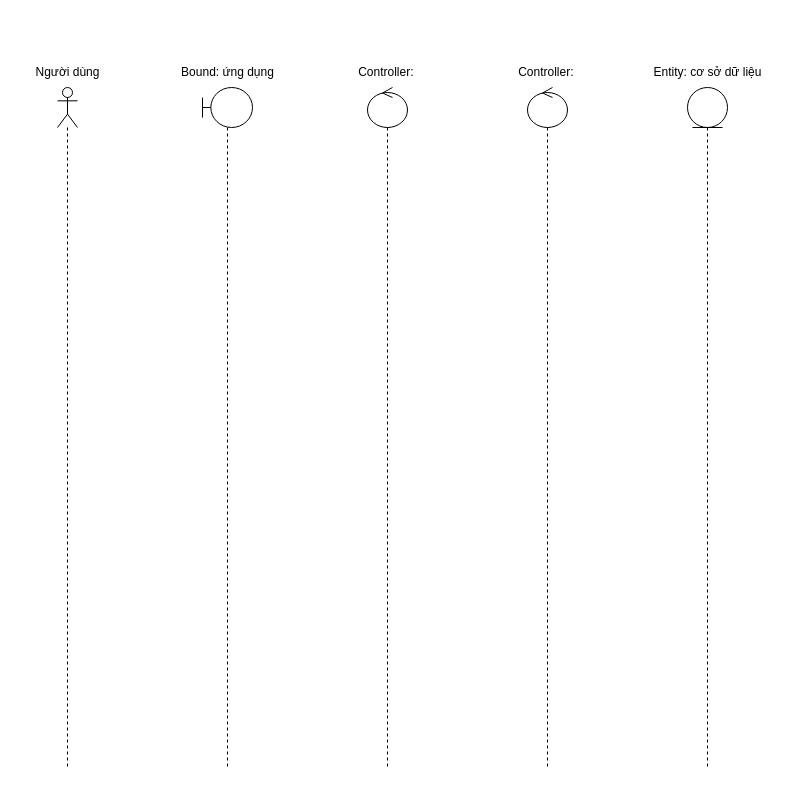
LTDat-HustK65/GP_main_system keeps this draw.io diagram as page "Trang-3" (3 of 4) of sequence_diagram.drawio. Above is the earlier version. Source tidied: cells renumbered, new cells numbered last; positions are measured from the earlier drawing's top-left corner, leaving out a move shared by most shapes. Both pictures are drawn from the tidied source at 100%, with x=0, y=0 at pixel (22, 57).
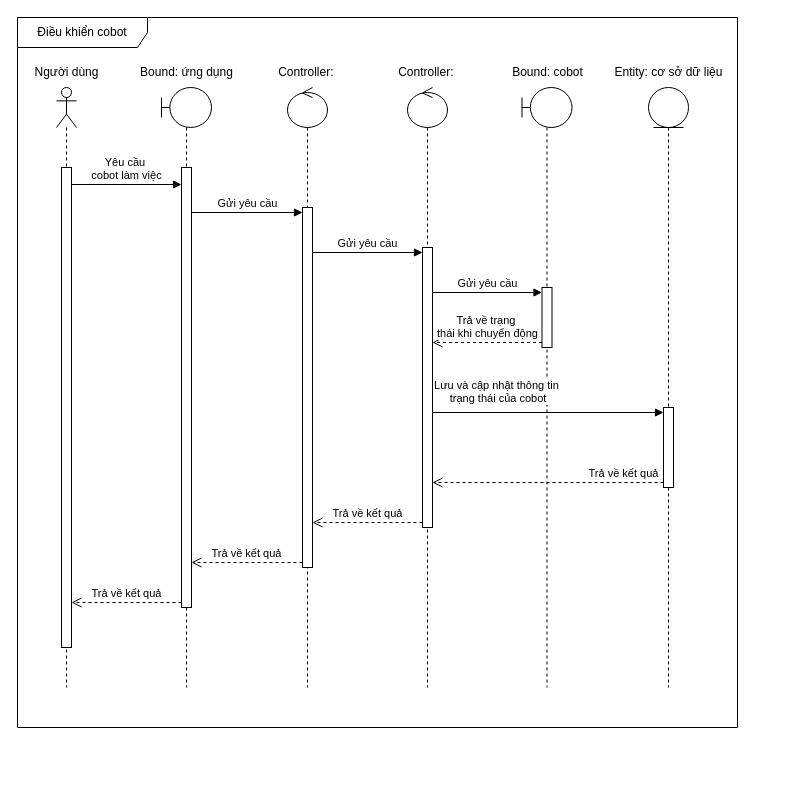
Above is the later version.

Commit message (it also covers changes not shown here):
Cập nhật sequence_diagram.drawio

Diff of the diagram source:
```diff
@@
-    <mxCell id="2" style="shape=umlLifeline;perimeter=lifelinePerimeter;whiteSpace=wrap;html=1;newEdgeStyle={&quot;curved&quot;:0,&quot;rounded&quot;:0};participant=umlActor;" parent="1" vertex="1">
-      <mxGeometry x="35" y="30" width="20" height="680" as="geometry" />
-    </mxCell>
-    <mxCell id="3" style="shape=umlLifeline;perimeter=lifelinePerimeter;whiteSpace=wrap;html=1;newEdgeStyle={&quot;curved&quot;:0,&quot;rounded&quot;:0};participant=umlBoundary;" parent="1" vertex="1">
-      <mxGeometry x="180" y="30" width="50" height="680" as="geometry" />
-    </mxCell>
-    <mxCell id="4" style="shape=umlLifeline;perimeter=lifelinePerimeter;whiteSpace=wrap;html=1;newEdgeStyle={&quot;curved&quot;:0,&quot;rounded&quot;:0};participant=umlEntity;" parent="1" vertex="1">
-      <mxGeometry x="665" y="30" width="40" height="680" as="geometry" />
-    </mxCell>
-    <mxCell id="5" style="shape=umlLifeline;perimeter=lifelinePerimeter;whiteSpace=wrap;html=1;newEdgeStyle={&quot;curved&quot;:0,&quot;rounded&quot;:0};participant=umlControl;" parent="1" vertex="1">
-      <mxGeometry x="345" y="30" width="40" height="680" as="geometry" />
-    </mxCell>
+    <mxCell id="12" style="shape=umlLifeline;perimeter=lifelinePerimeter;whiteSpace=wrap;html=1;newEdgeStyle={&quot;curved&quot;:0,&quot;rounded&quot;:0};participant=umlActor;" parent="1" vertex="1">
+      <mxGeometry x="34" y="30" width="20" height="600" as="geometry" />
+    </mxCell>
+    <mxCell id="13" style="html=1;points=[[0,0,0,0,5],[0,1,0,0,-5],[1,0,0,0,5],[1,1,0,0,-5]];perimeter=orthogonalPerimeter;outlineConnect=0;targetShapes=umlLifeline;portConstraint=eastwest;newEdgeStyle={&quot;curved&quot;:0,&quot;rounded&quot;:0};" parent="12" vertex="1">
+      <mxGeometry x="5" y="80" width="10" height="480" as="geometry" />
+    </mxCell>
+    <mxCell id="14" style="shape=umlLifeline;perimeter=lifelinePerimeter;whiteSpace=wrap;html=1;newEdgeStyle={&quot;curved&quot;:0,&quot;rounded&quot;:0};participant=umlBoundary;" parent="1" vertex="1">
+      <mxGeometry x="139" y="30" width="50" height="600" as="geometry" />
+    </mxCell>
+    <mxCell id="15" style="html=1;points=[[0,0,0,0,5],[0,1,0,0,-5],[1,0,0,0,5],[1,1,0,0,-5]];perimeter=orthogonalPerimeter;outlineConnect=0;targetShapes=umlLifeline;portConstraint=eastwest;newEdgeStyle={&quot;curved&quot;:0,&quot;rounded&quot;:0};" parent="14" vertex="1">
+      <mxGeometry x="20" y="80" width="10" height="440" as="geometry" />
+    </mxCell>
+    <mxCell id="16" style="shape=umlLifeline;perimeter=lifelinePerimeter;whiteSpace=wrap;html=1;newEdgeStyle={&quot;curved&quot;:0,&quot;rounded&quot;:0};participant=umlControl;" parent="1" vertex="1">
+      <mxGeometry x="265" y="30" width="40" height="600" as="geometry" />
+    </mxCell>
+    <mxCell id="17" style="html=1;points=[[0,0,0,0,5],[0,1,0,0,-5],[1,0,0,0,5],[1,1,0,0,-5]];perimeter=orthogonalPerimeter;outlineConnect=0;targetShapes=umlLifeline;portConstraint=eastwest;newEdgeStyle={&quot;curved&quot;:0,&quot;rounded&quot;:0};" parent="16" vertex="1">
+      <mxGeometry x="15" y="120" width="10" height="360" as="geometry" />
+    </mxCell>
     <mxCell id="6" value="Người dùng" style="text;html=1;align=center;verticalAlign=middle;strokeColor=none;fillColor=none;" parent="1" vertex="1">
-      <mxGeometry width="90" height="30" as="geometry" />
+      <mxGeometry x="-1" width="90" height="30" as="geometry" />
     </mxCell>
     <mxCell id="7" value="Bound: ứng dụng" style="text;html=1;align=center;verticalAlign=middle;strokeColor=none;fillColor=none;" parent="1" vertex="1">
-      <mxGeometry x="145" width="120" height="30" as="geometry" />
+      <mxGeometry x="104" width="120" height="30" as="geometry" />
     </mxCell>
-    <mxCell id="8" value="Controller:&amp;nbsp;" style="text;html=1;align=center;verticalAlign=middle;strokeColor=none;fillColor=none;" parent="1" vertex="1">
-      <mxGeometry x="325" width="80" height="30" as="geometry" />
-    </mxCell>
-    <mxCell id="9" style="shape=umlLifeline;perimeter=lifelinePerimeter;whiteSpace=wrap;html=1;newEdgeStyle={&quot;curved&quot;:0,&quot;rounded&quot;:0};participant=umlControl;" parent="1" vertex="1">
-      <mxGeometry x="505" y="30" width="40" height="680" as="geometry" />
-    </mxCell>
-    <mxCell id="10" value="Controller:&amp;nbsp;" style="text;html=1;align=center;verticalAlign=middle;strokeColor=none;fillColor=none;" parent="1" vertex="1">
-      <mxGeometry x="485" width="80" height="30" as="geometry" />
-    </mxCell>
+    <mxCell id="18" value="Controller:&amp;nbsp;" style="text;html=1;align=center;verticalAlign=middle;strokeColor=none;fillColor=none;" parent="1" vertex="1">
+      <mxGeometry x="245" width="80" height="30" as="geometry" />
+    </mxCell>
+    <mxCell id="19" style="shape=umlLifeline;perimeter=lifelinePerimeter;whiteSpace=wrap;html=1;newEdgeStyle={&quot;curved&quot;:0,&quot;rounded&quot;:0};participant=umlControl;" parent="1" vertex="1">
+      <mxGeometry x="385" y="30" width="40" height="600" as="geometry" />
+    </mxCell>
+    <mxCell id="20" style="html=1;points=[[0,0,0,0,5],[0,1,0,0,-5],[1,0,0,0,5],[1,1,0,0,-5]];perimeter=orthogonalPerimeter;outlineConnect=0;targetShapes=umlLifeline;portConstraint=eastwest;newEdgeStyle={&quot;curved&quot;:0,&quot;rounded&quot;:0};" parent="19" vertex="1">
+      <mxGeometry x="15" y="160" width="10" height="280" as="geometry" />
+    </mxCell>
+    <mxCell id="21" value="Controller:&amp;nbsp;" style="text;html=1;align=center;verticalAlign=middle;strokeColor=none;fillColor=none;" parent="1" vertex="1">
+      <mxGeometry x="365" width="80" height="30" as="geometry" />
+    </mxCell>
+    <mxCell id="22" style="shape=umlLifeline;perimeter=lifelinePerimeter;whiteSpace=wrap;html=1;newEdgeStyle={&quot;curved&quot;:0,&quot;rounded&quot;:0};participant=umlBoundary;" parent="1" vertex="1">
+      <mxGeometry x="499.5" y="30" width="50" height="600" as="geometry" />
+    </mxCell>
+    <mxCell id="23" style="html=1;points=[[0,0,0,0,5],[0,1,0,0,-5],[1,0,0,0,5],[1,1,0,0,-5]];perimeter=orthogonalPerimeter;outlineConnect=0;targetShapes=umlLifeline;portConstraint=eastwest;newEdgeStyle={&quot;curved&quot;:0,&quot;rounded&quot;:0};" parent="22" vertex="1">
+      <mxGeometry x="20" y="200" width="10" height="60" as="geometry" />
+    </mxCell>
+    <mxCell id="24" value="Bound: cobot" style="text;html=1;align=center;verticalAlign=middle;strokeColor=none;fillColor=none;" parent="1" vertex="1">
+      <mxGeometry x="479.5" width="90" height="30" as="geometry" />
+    </mxCell>
+    <mxCell id="25" style="shape=umlLifeline;perimeter=lifelinePerimeter;whiteSpace=wrap;html=1;newEdgeStyle={&quot;curved&quot;:0,&quot;rounded&quot;:0};participant=umlEntity;" parent="1" vertex="1">
+      <mxGeometry x="626" y="30" width="40" height="600" as="geometry" />
+    </mxCell>
+    <mxCell id="26" style="html=1;points=[[0,0,0,0,5],[0,1,0,0,-5],[1,0,0,0,5],[1,1,0,0,-5]];perimeter=orthogonalPerimeter;outlineConnect=0;targetShapes=umlLifeline;portConstraint=eastwest;newEdgeStyle={&quot;curved&quot;:0,&quot;rounded&quot;:0};" parent="25" vertex="1">
+      <mxGeometry x="15" y="320" width="10" height="80" as="geometry" />
+    </mxCell>
     <mxCell id="11" value="Entity: cơ sở dữ liệu" style="text;html=1;align=center;verticalAlign=middle;strokeColor=none;fillColor=none;" parent="1" vertex="1">
-      <mxGeometry x="620" width="130" height="30" as="geometry" />
+      <mxGeometry x="581" width="130" height="30" as="geometry" />
     </mxCell>
+    <mxCell id="27" value="Yêu cầu&amp;nbsp;&lt;div&gt;cobot làm việc&lt;/div&gt;" style="html=1;verticalAlign=bottom;endArrow=block;curved=0;rounded=0;" parent="1" edge="1" target="15">
+      <mxGeometry relative="1" as="geometry">
+        <mxPoint x="49" y="127" as="sourcePoint" />
+      </mxGeometry>
+    </mxCell>
+    <mxCell id="28" value="Gửi yêu cầu" style="html=1;verticalAlign=bottom;endArrow=block;curved=0;rounded=0;entryX=0;entryY=0;entryDx=0;entryDy=5;entryPerimeter=0;" parent="1" edge="1" source="15" target="17">
+      <mxGeometry relative="1" as="geometry" />
+    </mxCell>
+    <mxCell id="29" value="Gửi yêu cầu" style="html=1;verticalAlign=bottom;endArrow=block;curved=0;rounded=0;entryX=0;entryY=0;entryDx=0;entryDy=5;entryPerimeter=0;" parent="1" edge="1" source="17" target="20">
+      <mxGeometry relative="1" as="geometry" />
+    </mxCell>
+    <mxCell id="30" value="Gửi yêu cầu" style="html=1;verticalAlign=bottom;endArrow=block;curved=0;rounded=0;entryX=0;entryY=0;entryDx=0;entryDy=5;entryPerimeter=0;" parent="1" edge="1" source="20" target="23">
+      <mxGeometry relative="1" as="geometry" />
+    </mxCell>
+    <mxCell id="31" value="Trả về trạng&amp;nbsp;&lt;div&gt;thái khi chuyển động&lt;/div&gt;" style="html=1;verticalAlign=bottom;endArrow=open;dashed=1;endSize=8;curved=0;rounded=0;exitX=0;exitY=1;exitDx=0;exitDy=-5;exitPerimeter=0;" parent="1" edge="1" source="23" target="20">
+      <mxGeometry relative="1" as="geometry" />
+    </mxCell>
+    <mxCell id="32" value="Trả về kết quả" style="html=1;verticalAlign=bottom;endArrow=open;dashed=1;endSize=8;curved=0;rounded=0;exitX=0;exitY=1;exitDx=0;exitDy=-5;exitPerimeter=0;" parent="1" edge="1" source="20" target="17">
+      <mxGeometry relative="1" as="geometry" />
+    </mxCell>
+    <mxCell id="33" value="Trả về kết quả" style="html=1;verticalAlign=bottom;endArrow=open;dashed=1;endSize=8;curved=0;rounded=0;exitX=0;exitY=1;exitDx=0;exitDy=-5;exitPerimeter=0;" parent="1" edge="1" source="17" target="15">
+      <mxGeometry relative="1" as="geometry" />
+    </mxCell>
+    <mxCell id="34" value="Trả về kết quả" style="html=1;verticalAlign=bottom;endArrow=open;dashed=1;endSize=8;curved=0;rounded=0;exitX=0;exitY=1;exitDx=0;exitDy=-5;exitPerimeter=0;" parent="1" edge="1" source="15" target="13">
+      <mxGeometry relative="1" as="geometry" />
+    </mxCell>
+    <mxCell id="35" value="Điều khiển cobot" style="shape=umlFrame;whiteSpace=wrap;html=1;width=130;height=30;" parent="1" vertex="1">
+      <mxGeometry x="-5" y="-40" width="720" height="710" as="geometry" />
+    </mxCell>
+    <mxCell id="36" value="Lưu và cập nhật thông tin&lt;div&gt;&amp;nbsp;trạng thái của cobot&lt;/div&gt;" style="html=1;verticalAlign=bottom;endArrow=block;curved=0;rounded=0;entryX=0;entryY=0;entryDx=0;entryDy=5;entryPerimeter=0;" parent="1" edge="1" source="20" target="26">
+      <mxGeometry x="-0.45" y="5" relative="1" as="geometry" />
+    </mxCell>
+    <mxCell id="37" value="Trả về kết quả" style="html=1;verticalAlign=bottom;endArrow=open;dashed=1;endSize=8;curved=0;rounded=0;exitX=0;exitY=1;exitDx=0;exitDy=-5;exitPerimeter=0;" parent="1" edge="1" source="26" target="20">
+      <mxGeometry x="-0.65" relative="1" as="geometry" />
+    </mxCell>
```
